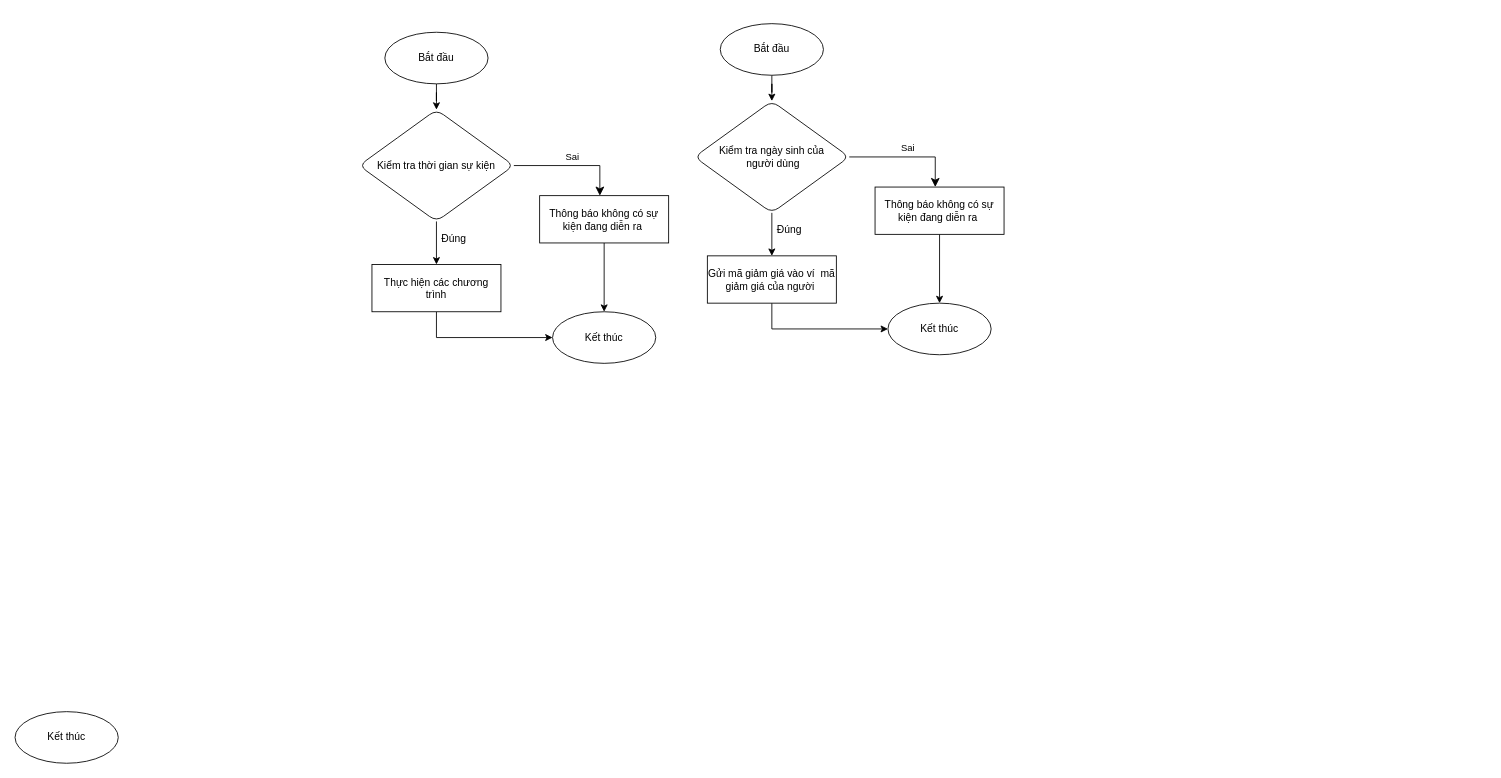
The draw.io diagram sukienhangnam.drawio in nguyendu11a2/TADA_DIAGRAM, before the edit. Source tidied: cells renumbered, new cells numbered last; positions are measured from the earlier drawing's top-left corner, leaving out a move shared by most shapes. Both pictures are drawn from the tidied source at 86%, with x=0, y=0 at pixel (15, 23).
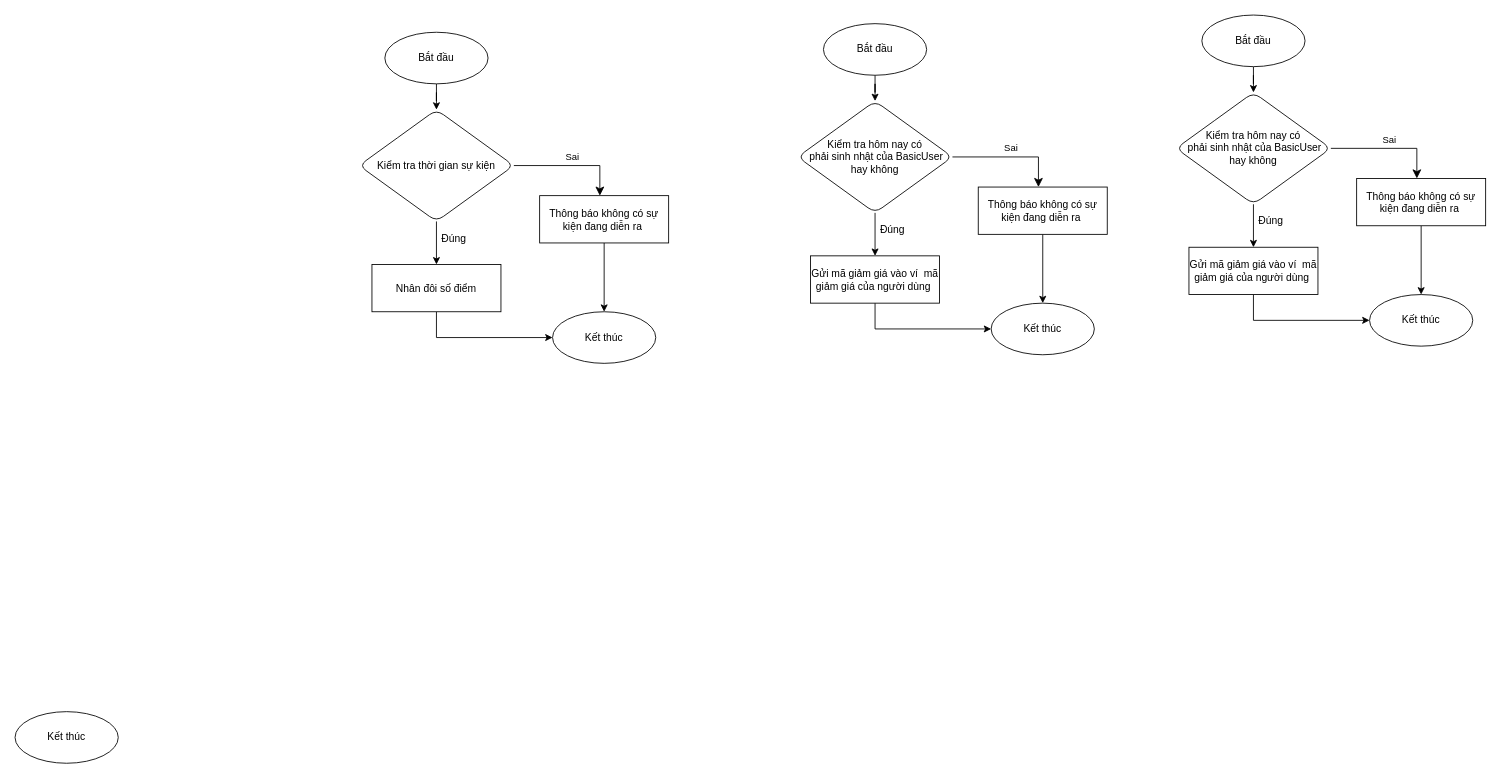
Above is the later version.

The edit, as a diff of the source:
```diff
@@
-    <mxCell id="11" value="Thực hiện các chương trình" style="rounded=0;whiteSpace=wrap;html=1;" parent="1" vertex="1">
+    <mxCell id="11" value="Nhân đôi số điểm" style="rounded=0;whiteSpace=wrap;html=1;" parent="1" vertex="1">
       <mxGeometry x="415" y="280" width="150" height="55" as="geometry" />
     </mxCell>
@@
     <mxCell id="14" value="Sai" style="edgeStyle=orthogonalEdgeStyle;rounded=0;html=1;jettySize=auto;fontSize=11;endArrow=classic;endFill=1;endSize=8;strokeWidth=1;shadow=0;labelBackgroundColor=none;" parent="1" edge="1" source="24" target="17">
       <mxGeometry y="10" relative="1" as="geometry">
         <Array as="points">
-          <mxPoint x="1070" y="155" />
+          <mxPoint x="1190" y="155" />
         </Array>
       </mxGeometry>
     </mxCell>
@@
     <mxCell id="17" value="Thông báo không có sự kiện đang diễn ra&amp;nbsp;" style="rounded=0;whiteSpace=wrap;html=1;" parent="1" vertex="1">
-      <mxGeometry x="1000" y="190" width="150" height="55" as="geometry" />
+      <mxGeometry x="1120" y="190" width="150" height="55" as="geometry" />
     </mxCell>
@@
     <mxCell id="19" value="Bắt đầu" style="ellipse;whiteSpace=wrap;html=1;rounded=1;shadow=0;strokeWidth=1;glass=0;" parent="1" vertex="1">
-      <mxGeometry x="820" width="120" height="60" as="geometry" />
+      <mxGeometry x="940" width="120" height="60" as="geometry" />
     </mxCell>
     <mxCell id="20" value="Kết thúc" style="ellipse;whiteSpace=wrap;html=1;rounded=1;shadow=0;strokeWidth=1;glass=0;" parent="1" vertex="1">
-      <mxGeometry x="1015" y="325" width="120" height="60" as="geometry" />
+      <mxGeometry x="1135" y="325" width="120" height="60" as="geometry" />
     </mxCell>
@@
-    <mxCell id="22" value="Gửi mã giảm giá vào ví&amp;nbsp; mã giảm giá của người&amp;nbsp;" style="rounded=0;whiteSpace=wrap;html=1;" parent="1" vertex="1">
-      <mxGeometry x="805" y="270" width="150" height="55" as="geometry" />
+    <mxCell id="22" value="Gửi mã giảm giá vào ví&amp;nbsp; mã giảm giá của người dùng&amp;nbsp;" style="rounded=0;whiteSpace=wrap;html=1;" parent="1" vertex="1">
+      <mxGeometry x="925" y="270" width="150" height="55" as="geometry" />
     </mxCell>
     <mxCell id="23" value="Đúng" style="text;html=1;align=center;verticalAlign=middle;strokeColor=none;fillColor=none;" parent="1" vertex="1">
-      <mxGeometry x="880" y="230" width="40" height="20" as="geometry" />
+      <mxGeometry x="1000" y="230" width="40" height="20" as="geometry" />
     </mxCell>
-    <mxCell id="24" value="Kiểm tra ngày sinh của&lt;br&gt;&amp;nbsp;người dùng" style="rhombus;whiteSpace=wrap;html=1;rounded=1;shadow=0;strokeWidth=1;glass=0;" parent="1" vertex="1">
-      <mxGeometry x="790" y="90" width="180" height="130" as="geometry" />
+    <mxCell id="24" value="Kiểm tra hôm nay có&lt;br&gt;&amp;nbsp;phải sinh nhật của BasicUser hay không" style="rhombus;whiteSpace=wrap;html=1;rounded=1;shadow=0;strokeWidth=1;glass=0;" parent="1" vertex="1">
+      <mxGeometry x="910" y="90" width="180" height="130" as="geometry" />
     </mxCell>
+    <mxCell id="25" value="Sai" style="edgeStyle=orthogonalEdgeStyle;rounded=0;html=1;jettySize=auto;fontSize=11;endArrow=classic;endFill=1;endSize=8;strokeWidth=1;shadow=0;labelBackgroundColor=none;" parent="1" edge="1" source="35" target="28">
+      <mxGeometry y="10" relative="1" as="geometry">
+        <Array as="points">
+          <mxPoint x="1630" y="145" />
+        </Array>
+      </mxGeometry>
+    </mxCell>
+    <mxCell id="26" style="edgeStyle=orthogonalEdgeStyle;rounded=0;jettySize=auto;html=1;endArrow=classic;endFill=1;entryX=0.5;entryY=0;entryDx=0;entryDy=0;exitX=0.5;exitY=1;exitDx=0;exitDy=0;" parent="1" edge="1" source="35" target="33">
+      <mxGeometry relative="1" as="geometry" />
+    </mxCell>
+    <mxCell id="27" style="edgeStyle=orthogonalEdgeStyle;rounded=0;jettySize=auto;html=1;endArrow=classic;endFill=1;" parent="1" edge="1" source="28" target="31">
+      <mxGeometry relative="1" as="geometry" />
+    </mxCell>
+    <mxCell id="28" value="Thông báo không có sự kiện đang diễn ra&amp;nbsp;" style="rounded=0;whiteSpace=wrap;html=1;" parent="1" vertex="1">
+      <mxGeometry x="1560" y="180" width="150" height="55" as="geometry" />
+    </mxCell>
+    <mxCell id="29" style="edgeStyle=orthogonalEdgeStyle;rounded=0;jettySize=auto;html=1;endArrow=classic;endFill=1;" parent="1" edge="1" source="30" target="35">
+      <mxGeometry relative="1" as="geometry" />
+    </mxCell>
+    <mxCell id="30" value="Bắt đầu" style="ellipse;whiteSpace=wrap;html=1;rounded=1;shadow=0;strokeWidth=1;glass=0;" parent="1" vertex="1">
+      <mxGeometry x="1380" y="-10" width="120" height="60" as="geometry" />
+    </mxCell>
+    <mxCell id="31" value="Kết thúc" style="ellipse;whiteSpace=wrap;html=1;rounded=1;shadow=0;strokeWidth=1;glass=0;" parent="1" vertex="1">
+      <mxGeometry x="1575" y="315" width="120" height="60" as="geometry" />
+    </mxCell>
+    <mxCell id="32" style="edgeStyle=orthogonalEdgeStyle;rounded=0;jettySize=auto;html=1;exitX=0.5;exitY=1;exitDx=0;exitDy=0;entryX=0;entryY=0.5;entryDx=0;entryDy=0;" parent="1" edge="1" source="33" target="31">
+      <mxGeometry relative="1" as="geometry" />
+    </mxCell>
+    <mxCell id="33" value="Gửi mã giảm giá vào ví&amp;nbsp; mã giảm giá của người dùng&amp;nbsp;" style="rounded=0;whiteSpace=wrap;html=1;" parent="1" vertex="1">
+      <mxGeometry x="1365" y="260" width="150" height="55" as="geometry" />
+    </mxCell>
+    <mxCell id="34" value="Đúng" style="text;html=1;align=center;verticalAlign=middle;strokeColor=none;fillColor=none;" parent="1" vertex="1">
+      <mxGeometry x="1440" y="220" width="40" height="20" as="geometry" />
+    </mxCell>
+    <mxCell id="35" value="Kiểm tra hôm nay có&lt;br&gt;&amp;nbsp;phải sinh nhật của BasicUser hay không" style="rhombus;whiteSpace=wrap;html=1;rounded=1;shadow=0;strokeWidth=1;glass=0;" parent="1" vertex="1">
+      <mxGeometry x="1350" y="80" width="180" height="130" as="geometry" />
+    </mxCell>
```
